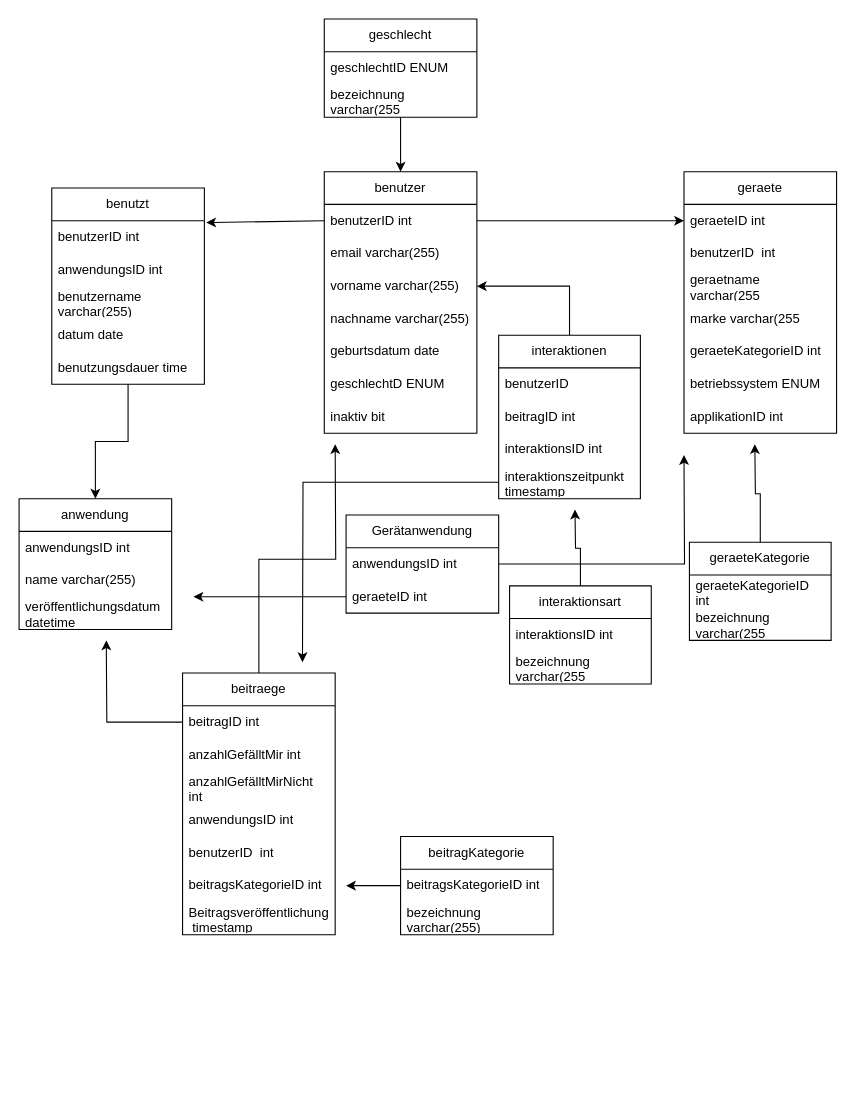
Earlier version of the draw.io diagram Unbenanntes Diagramm.drawio (elifefe/neu). Source tidied: cells renumbered, new cells numbered last; positions are measured from the earlier drawing's top-left corner, leaving out a move shared by most shapes. Both pictures are drawn from the tidied source at 109%, with x=0, y=0 at pixel (19, 19).
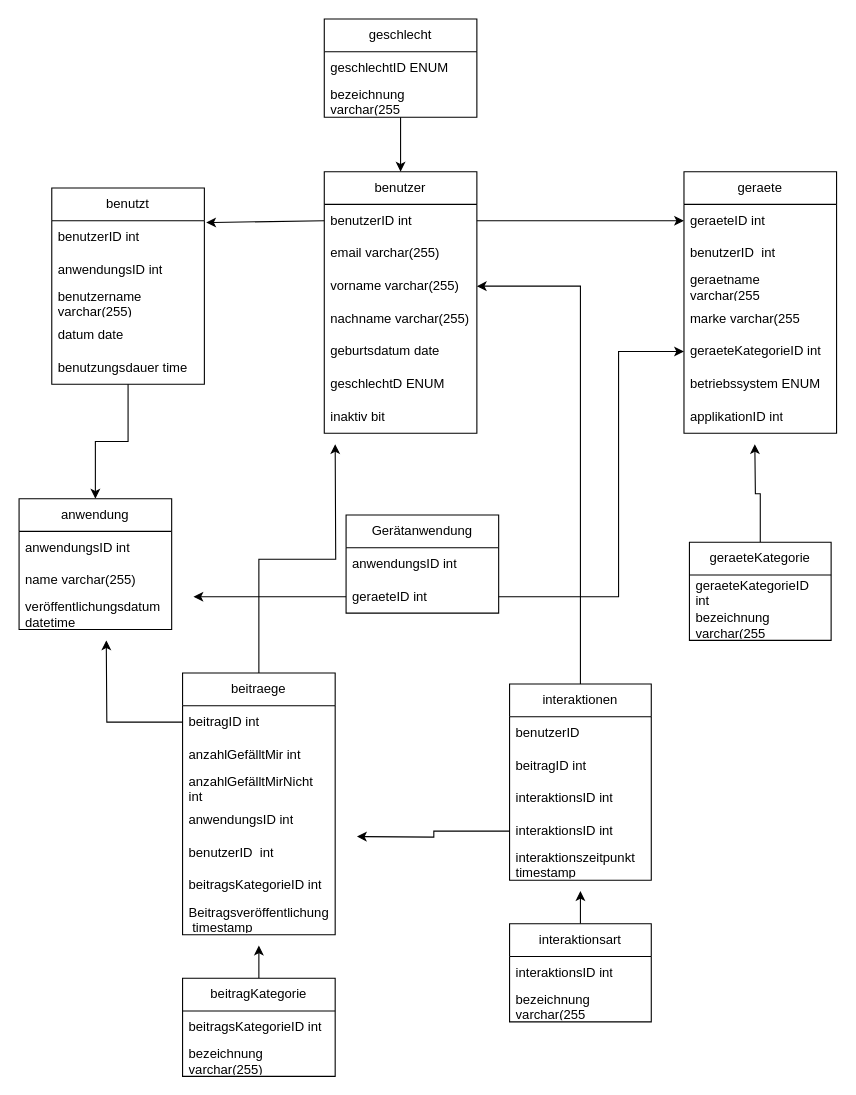
The same diagram, later.

Unchanged cells that the change refers to:
```xml
<mxCell id="31" value="beitragsKategorieID int" style="text;strokeColor=none;fillColor=none;align=left;verticalAlign=middle;spacingLeft=4;spacingRight=4;overflow=hidden;points=[[0,0.5],[1,0.5]];portConstraint=eastwest;whiteSpace=wrap;html=1;" parent="29" vertex="1">
  <mxGeometry y="30" width="140" height="30" as="geometry" />
</mxCell>
<mxCell id="38" value="geraeteKategorieID int" style="text;strokeColor=none;fillColor=none;align=left;verticalAlign=middle;spacingLeft=4;spacingRight=4;overflow=hidden;points=[[0,0.5],[1,0.5]];portConstraint=eastwest;whiteSpace=wrap;html=1;" parent="33" vertex="1">
  <mxGeometry y="150" width="140" height="30" as="geometry" />
</mxCell>
<mxCell id="65" value="Gerätanwendung" style="swimlane;fontStyle=0;horizontal=1;startSize=30;whiteSpace=wrap;html=1;" parent="1" vertex="1">
  <mxGeometry x="300" y="455" width="140" height="90" as="geometry" />
</mxCell>
<mxCell id="68" value="geraeteID int" style="text;strokeColor=none;fillColor=none;align=left;verticalAlign=middle;spacingLeft=4;spacingRight=4;overflow=hidden;points=[[0,0.5],[1,0.5]];portConstraint=eastwest;whiteSpace=wrap;html=1;" parent="65" vertex="1">
  <mxGeometry y="60" width="140" height="30" as="geometry" />
</mxCell>
```

Diff of the diagram source:
```diff
@@
+    <mxCell id="69" style="edgeStyle=orthogonalEdgeStyle;rounded=0;jettySize=auto;html=1;" parent="1" edge="1" source="29">
+      <mxGeometry relative="1" as="geometry">
+        <mxPoint x="220" y="850" as="targetPoint" />
+      </mxGeometry>
+    </mxCell>
     <mxCell id="29" value="beitragKategorie" style="swimlane;fontStyle=0;horizontal=1;startSize=30;whiteSpace=wrap;html=1;" parent="1" vertex="1">
-      <mxGeometry x="350" y="750" width="140" height="90" as="geometry" />
+      <mxGeometry x="150" y="880" width="140" height="90" as="geometry" />
     </mxCell>
-    <mxCell id="30" style="edgeStyle=orthogonalEdgeStyle;rounded=0;jettySize=auto;html=1;" parent="29" edge="1" source="31">
-      <mxGeometry relative="1" as="geometry">
-        <mxPoint x="-50" y="45" as="targetPoint" />
-      </mxGeometry>
-    </mxCell>
@@
     <mxCell id="52" value="interaktionen" style="swimlane;fontStyle=0;horizontal=1;startSize=30;whiteSpace=wrap;html=1;" parent="1" vertex="1">
-      <mxGeometry x="440" y="290" width="130" height="150" as="geometry" />
+      <mxGeometry x="450" y="610" width="130" height="180" as="geometry" />
     </mxCell>
@@
+    <mxCell id="70" value="interaktionsID int" style="text;strokeColor=none;fillColor=none;align=left;verticalAlign=middle;spacingLeft=4;spacingRight=4;overflow=hidden;whiteSpace=wrap;html=1;" parent="52" vertex="1">
+      <mxGeometry y="90" width="130" height="30" as="geometry" />
+    </mxCell>
+    <mxCell id="71" style="edgeStyle=orthogonalEdgeStyle;rounded=0;jettySize=auto;html=1;" parent="52" edge="1" source="55">
+      <mxGeometry relative="1" as="geometry">
+        <mxPoint x="-140" y="140" as="targetPoint" />
+      </mxGeometry>
+    </mxCell>
     <mxCell id="55" value="interaktionsID int" style="text;strokeColor=none;fillColor=none;align=left;verticalAlign=middle;spacingLeft=4;spacingRight=4;overflow=hidden;points=[[0,0.5],[1,0.5]];portConstraint=eastwest;whiteSpace=wrap;html=1;" parent="52" vertex="1">
-      <mxGeometry y="90" width="130" height="30" as="geometry" />
+      <mxGeometry y="120" width="130" height="30" as="geometry" />
     </mxCell>
-    <mxCell id="56" style="edgeStyle=orthogonalEdgeStyle;rounded=0;jettySize=auto;html=1;" parent="52" edge="1" source="57">
-      <mxGeometry relative="1" as="geometry">
-        <mxPoint x="-180" y="300" as="targetPoint" />
-      </mxGeometry>
-    </mxCell>
     <mxCell id="57" value="interaktionszeitpunkt&amp;nbsp;&lt;br&gt;timestamp" style="text;strokeColor=none;fillColor=none;align=left;verticalAlign=middle;spacingLeft=4;spacingRight=4;overflow=hidden;points=[[0,0.5],[1,0.5]];portConstraint=eastwest;whiteSpace=wrap;html=1;" parent="52" vertex="1">
-      <mxGeometry y="120" width="130" height="30" as="geometry" />
+      <mxGeometry y="150" width="130" height="30" as="geometry" />
     </mxCell>
@@
-    <mxCell id="60" style="edgeStyle=orthogonalEdgeStyle;rounded=0;jettySize=auto;html=1;" parent="1" edge="1" source="61">
-      <mxGeometry relative="1" as="geometry">
-        <mxPoint x="510" y="450" as="targetPoint" />
-      </mxGeometry>
-    </mxCell>
-    <mxCell id="61" value="interaktionsart" style="swimlane;fontStyle=0;horizontal=1;startSize=30;whiteSpace=wrap;html=1;" parent="1" vertex="1">
-      <mxGeometry x="450" y="520" width="130" height="90" as="geometry" />
-    </mxCell>
-    <mxCell id="62" value="interaktionsID int" style="text;strokeColor=none;fillColor=none;align=left;verticalAlign=middle;spacingLeft=4;spacingRight=4;overflow=hidden;whiteSpace=wrap;html=1;" parent="61" vertex="1">
-      <mxGeometry y="30" width="130" height="30" as="geometry" />
-    </mxCell>
-    <mxCell id="63" value="bezeichnung varchar(255" style="text;strokeColor=none;fillColor=none;align=left;verticalAlign=middle;spacingLeft=4;spacingRight=4;overflow=hidden;whiteSpace=wrap;html=1;" parent="61" vertex="1">
-      <mxGeometry y="60" width="130" height="30" as="geometry" />
-    </mxCell>
-    <mxCell id="64" style="edgeStyle=orthogonalEdgeStyle;rounded=0;jettySize=auto;html=1;" parent="1" edge="1" source="65">
-      <mxGeometry relative="1" as="geometry">
-        <mxPoint x="610" y="400" as="targetPoint" />
-      </mxGeometry>
-    </mxCell>
@@
+    <mxCell id="72" style="edgeStyle=orthogonalEdgeStyle;rounded=0;jettySize=auto;html=1;" parent="1" edge="1" source="61">
+      <mxGeometry relative="1" as="geometry">
+        <mxPoint x="515" y="800" as="targetPoint" />
+      </mxGeometry>
+    </mxCell>
+    <mxCell id="61" value="interaktionsart" style="swimlane;fontStyle=0;horizontal=1;startSize=30;whiteSpace=wrap;html=1;" parent="1" vertex="1">
+      <mxGeometry x="450" y="830" width="130" height="90" as="geometry" />
+    </mxCell>
+    <mxCell id="62" value="interaktionsID int" style="text;strokeColor=none;fillColor=none;align=left;verticalAlign=middle;spacingLeft=4;spacingRight=4;overflow=hidden;whiteSpace=wrap;html=1;" parent="61" vertex="1">
+      <mxGeometry y="30" width="130" height="30" as="geometry" />
+    </mxCell>
+    <mxCell id="63" value="bezeichnung varchar(255" style="text;strokeColor=none;fillColor=none;align=left;verticalAlign=middle;spacingLeft=4;spacingRight=4;overflow=hidden;whiteSpace=wrap;html=1;" parent="61" vertex="1">
+      <mxGeometry y="60" width="130" height="30" as="geometry" />
+    </mxCell>
+    <mxCell id="73" style="edgeStyle=orthogonalEdgeStyle;rounded=0;jettySize=auto;html=1;entryX=0;entryY=0.5;entryDx=0;entryDy=0;" parent="1" edge="1" source="68" target="38">
+      <mxGeometry relative="1" as="geometry">
+        <Array as="points">
+          <mxPoint x="550" y="530" />
+          <mxPoint x="550" y="305" />
+        </Array>
+      </mxGeometry>
+    </mxCell>
```
